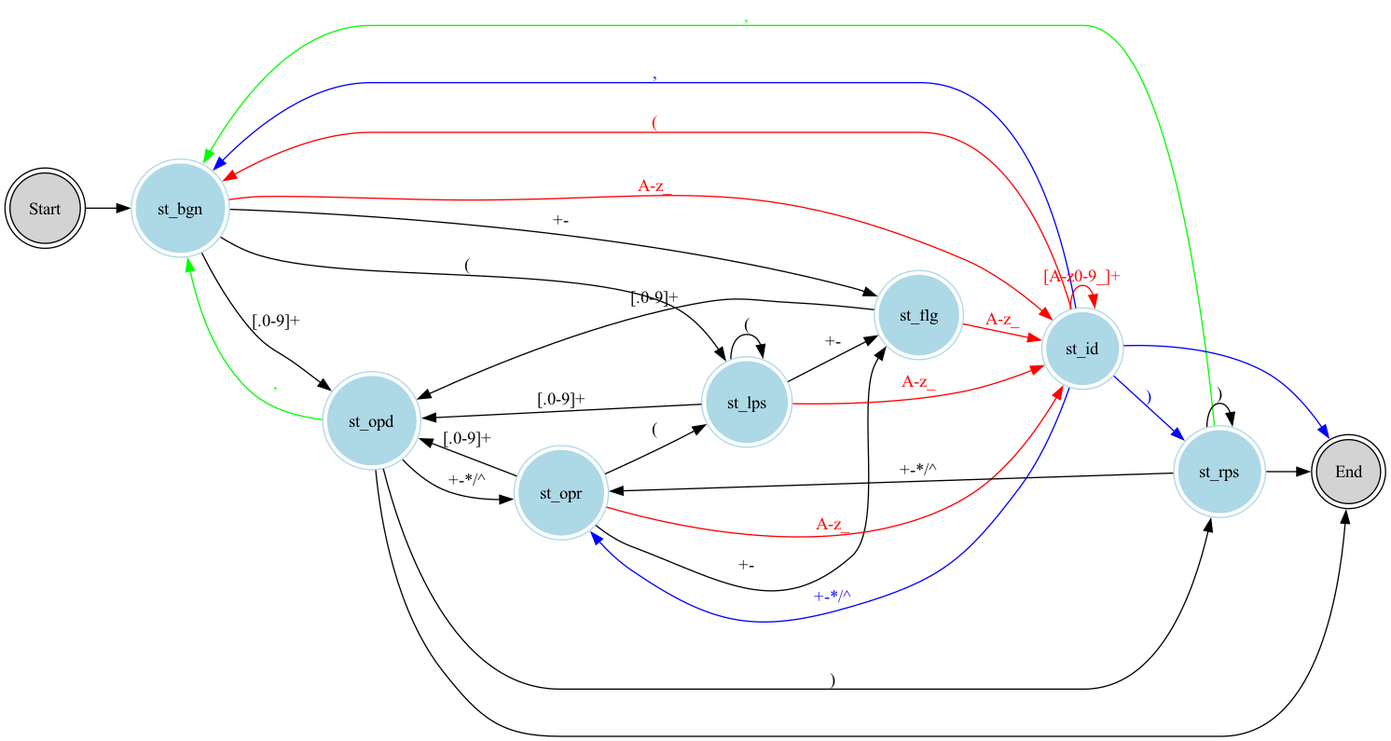
This is state_transition.png from jacoolee/calc, a Graphviz export, as it was before one commit. Its source is kept beside it as state_transition.dot.
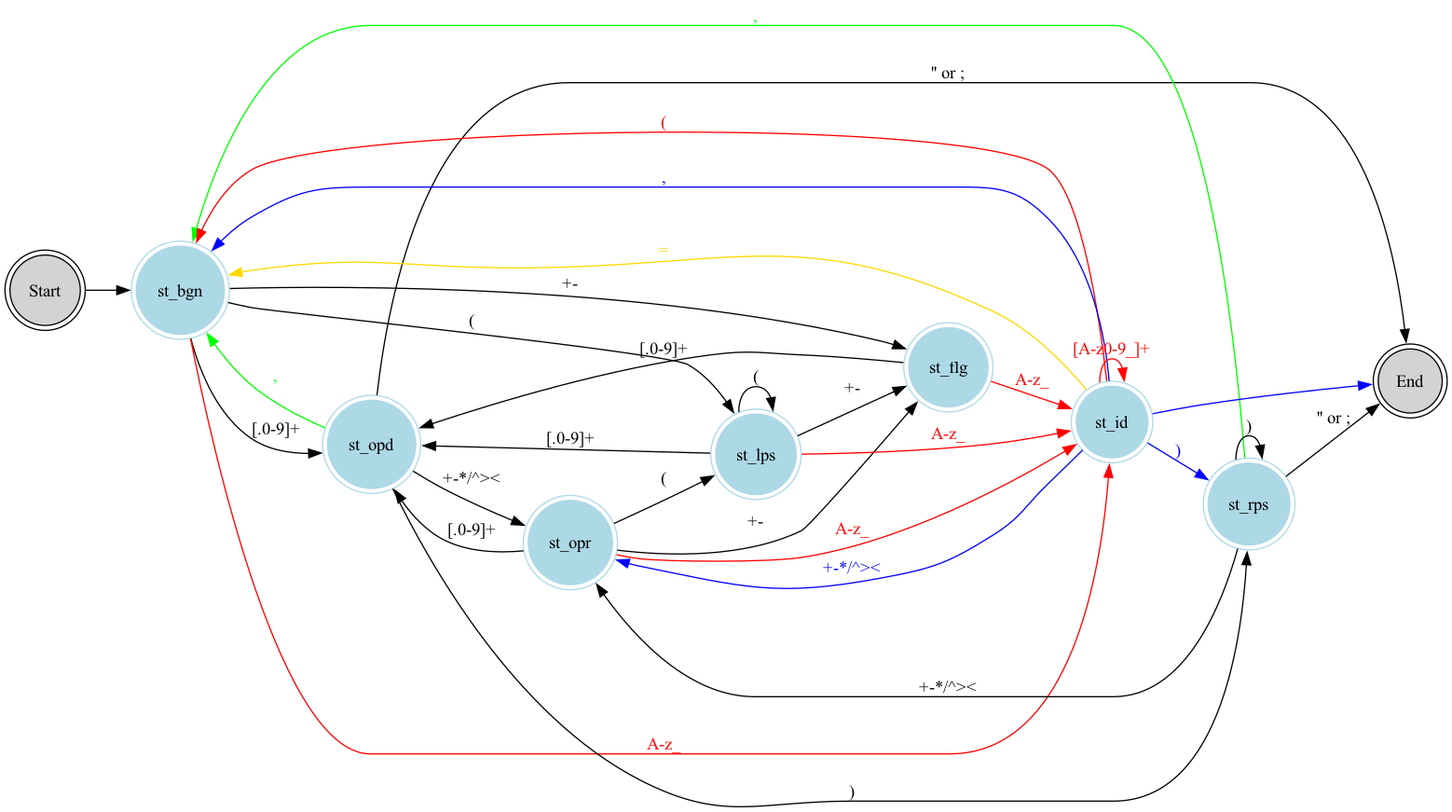
Later version of the same file.

Diff of the diagram source:
```diff
@@ -21,10 +21,10 @@
         st_bgn -> st_flg[label="+-"];
         st_bgn -> st_id[label="A-z_", color="red", fontcolor="red"];
 
-        st_opd -> st_opr[label="+-*/^"];
+        st_opd -> st_opr[label="+-*/^><"];
         st_opd -> st_rps[label=")"];
         st_opd -> st_bgn[label=",", color="green", fontcolor="green"];
-        st_opd -> st_end[label=""];
+        st_opd -> st_end[label="'' or ;"];
 
         st_opr -> st_opd[label="[.0-9]+"];
         st_opr -> st_lps[label="("];
@@ -36,10 +36,10 @@
         st_lps -> st_flg[label="+-"];
         st_lps -> st_id[label="A-z_", color="red", fontcolor="red"];
 
-        st_rps -> st_opr[label="+-*/^"];
+        st_rps -> st_opr[label="+-*/^><"];
         st_rps -> st_rps[label=")"];
         st_rps -> st_bgn[label=",", color="green", fontcolor="green"];
-        st_rps -> st_end[label=""];
+        st_rps -> st_end[label="'' or ;"];
 
         st_flg -> st_opd[label="[.0-9]+"];
         st_flg -> st_id[label="A-z_", color="red", fontcolor="red"];
@@ -47,10 +47,12 @@
         st_id -> st_id[label="[A-z0-9_]+", color="red", fontcolor="red"];
         st_id -> st_bgn[label="(", color="red", fontcolor="red"];
 
-        st_id -> st_opr[label="+-*/^", color="blue", fontcolor="blue"];
+        st_id -> st_opr[label="+-*/^><", color="blue", fontcolor="blue"];
         st_id -> st_rps[label=")", color="blue", fontcolor="blue"];
         st_id -> st_bgn[label=",", color="blue", fontcolor="blue"];
         st_id -> st_end[label="", color="blue", fontcolor="blue"];
 
+
+        st_id -> st_bgn[label="=", color="gold", fontcolor="gold"];
     }
 }
```
